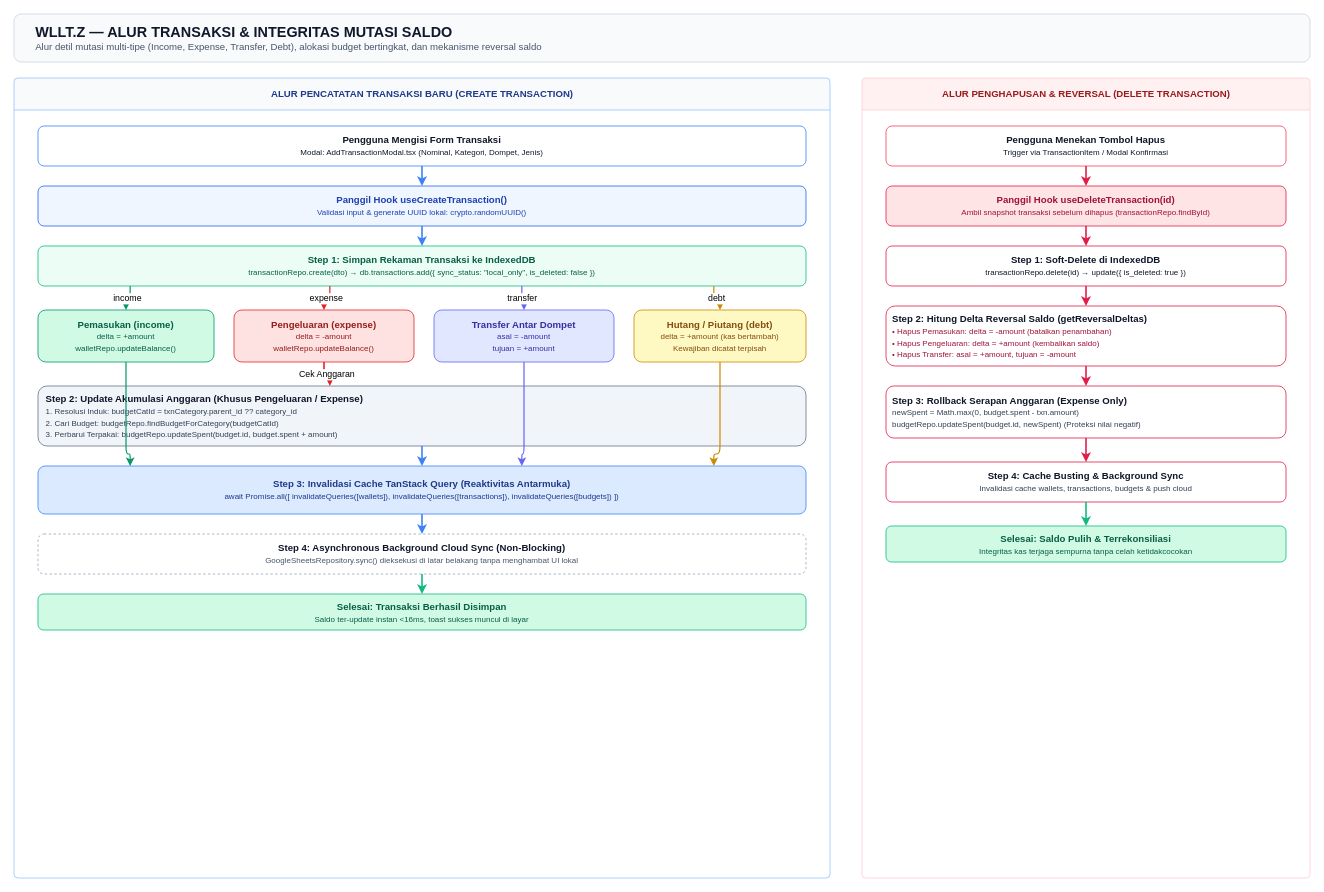
The draw.io diagram page "2. Alur Transaksi & Saldo" (2 of 4) of docs/assets/diagrams/wlltz_end_to_end_flow.drawio in Badranihakim/Wllt.z, before the edit. Source tidied: cells renumbered, new cells numbered last; positions are measured from the earlier drawing's top-left corner, leaving out a move shared by most shapes. Both pictures are drawn from the tidied source at 80%, with x=0, y=0 at pixel (14, 14).
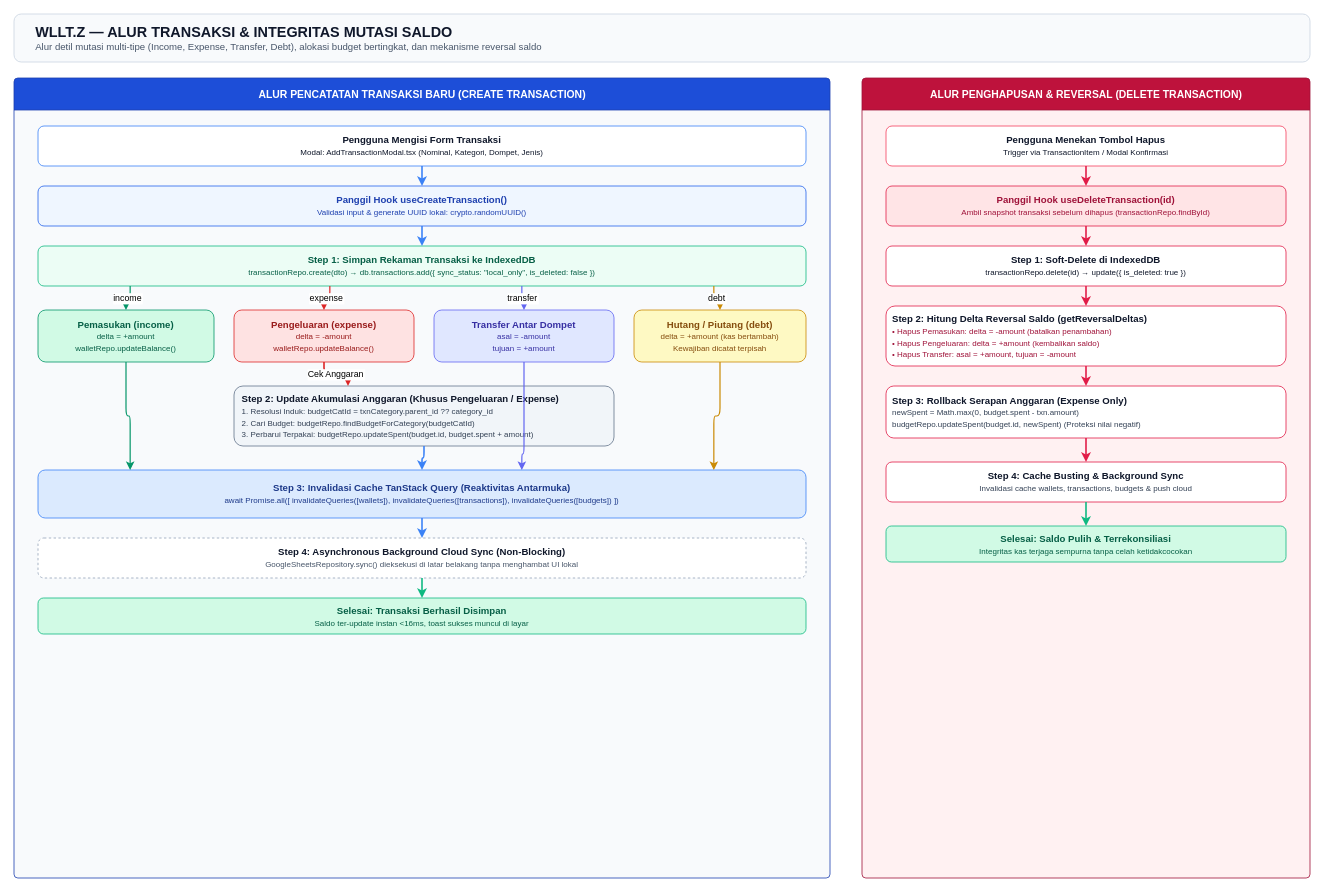
After the change.

Unchanged cells that the change refers to:
```xml
<mxCell id="4" value="&lt;b&gt;Pengguna Mengisi Form Transaksi&lt;/b&gt;&lt;br&gt;&lt;span style=&quot;font-size:10px;&quot;&gt;Modal: AddTransactionModal.tsx (Nominal, Kategori, Dompet, Jenis)&lt;/span&gt;" style="html=1;rounded=1;whiteSpace=wrap;fillColor=#FFFFFF;strokeColor=#3B82F6;fontColor=#0F172A;" parent="1" vertex="1">
  <mxGeometry x="30" y="140" width="960" height="50" as="geometry" />
</mxCell>
<mxCell id="5" value="&lt;b&gt;Panggil Hook useCreateTransaction()&lt;/b&gt;&lt;br&gt;&lt;span style=&quot;font-size:10px;&quot;&gt;Validasi input &amp;amp; generate UUID lokal: crypto.randomUUID()&lt;/span&gt;" style="html=1;rounded=1;whiteSpace=wrap;fillColor=#EFF6FF;strokeColor=#2563EB;fontColor=#1E40AF;" parent="1" vertex="1">
  <mxGeometry x="30" y="215" width="960" height="50" as="geometry" />
</mxCell>
<mxCell id="6" value="&lt;b&gt;Step 1: Simpan Rekaman Transaksi ke IndexedDB&lt;/b&gt;&lt;br&gt;&lt;span style=&quot;font-size:10px;&quot;&gt;transactionRepo.create(dto) &amp;rarr; db.transactions.add({ sync_status: &amp;quot;local_only&amp;quot;, is_deleted: false })&lt;/span&gt;" style="html=1;rounded=1;whiteSpace=wrap;fillColor=#ECFDF5;strokeColor=#10B981;fontColor=#065F46;" parent="1" vertex="1">
  <mxGeometry x="30" y="290" width="960" height="50" as="geometry" />
</mxCell>
<mxCell id="7" value="&lt;b&gt;Pemasukan (income)&lt;/b&gt;&lt;br&gt;&lt;span style=&quot;font-size:10px;color:#065F46;&quot;&gt;delta = +amount&lt;br&gt;walletRepo.updateBalance()&lt;/span&gt;" style="html=1;rounded=1;whiteSpace=wrap;fillColor=#D1FAE5;strokeColor=#059669;fontColor=#065F46;" parent="1" vertex="1">
  <mxGeometry x="30" y="370" width="220" height="65" as="geometry" />
</mxCell>
<mxCell id="8" value="&lt;b&gt;Pengeluaran (expense)&lt;/b&gt;&lt;br&gt;&lt;span style=&quot;font-size:10px;color:#991B1B;&quot;&gt;delta = -amount&lt;br&gt;walletRepo.updateBalance()&lt;/span&gt;" style="html=1;rounded=1;whiteSpace=wrap;fillColor=#FEE2E2;strokeColor=#DC2626;fontColor=#991B1B;" parent="1" vertex="1">
  <mxGeometry x="275" y="370" width="225" height="65" as="geometry" />
</mxCell>
<mxCell id="10" value="&lt;b&gt;Hutang / Piutang (debt)&lt;/b&gt;&lt;br&gt;&lt;span style=&quot;font-size:10px;color:#854D0E;&quot;&gt;delta = +amount (kas bertambah)&lt;br&gt;Kewajiban dicatat terpisah&lt;/span&gt;" style="html=1;rounded=1;whiteSpace=wrap;fillColor=#FEF9C3;strokeColor=#CA8A04;fontColor=#854D0E;" parent="1" vertex="1">
  <mxGeometry x="775" y="370" width="215" height="65" as="geometry" />
</mxCell>
```

The edit, as a diff of the source:
```diff
@@
-    <mxCell id="3" value="ALUR PENCATATAN TRANSAKSI BARU (CREATE TRANSACTION)" style="swimlane;html=1;startSize=40;fillColor=#F8FAFC;strokeColor=#93C5FD;swimlaneHeadColor=#DBEAFE;fontColor=#1E3A8A;fontStyle=1;rounded=1;arcSize=4;" parent="1" vertex="1">
+    <mxCell id="3" value="ALUR PENCATATAN TRANSAKSI BARU (CREATE TRANSACTION)" style="swimlane;html=1;startSize=40;fillColor=#1D4ED8;strokeColor=#1E40AF;swimlaneFillColor=#F8FAFC;fontColor=#FFFFFF;fontStyle=1;fontSize=13;rounded=1;arcSize=4;align=center;" parent="1" vertex="1">
       <mxGeometry y="80" width="1020" height="1000" as="geometry" />
     </mxCell>
@@
     <mxCell id="11" value="&lt;b&gt;Step 2: Update Akumulasi Anggaran (Khusus Pengeluaran / Expense)&lt;/b&gt;&lt;br&gt;&lt;span style=&quot;font-size:10px;color:#334155;&quot;&gt;1. Resolusi Induk: budgetCatId = txnCategory.parent_id ?? category_id&lt;br&gt;2. Cari Budget: budgetRepo.findBudgetForCategory(budgetCatId)&lt;br&gt;3. Perbarui Terpakai: budgetRepo.updateSpent(budget.id, budget.spent + amount)&lt;/span&gt;" style="html=1;rounded=1;whiteSpace=wrap;fillColor=#F1F5F9;strokeColor=#64748B;fontColor=#0F172A;align=left;spacing=10;" parent="1" vertex="1">
-      <mxGeometry x="30" y="465" width="960" height="75" as="geometry" />
+      <mxGeometry x="275" y="465" width="475" height="75" as="geometry" />
     </mxCell>
     <mxCell id="12" value="&lt;b&gt;Step 3: Invalidasi Cache TanStack Query (Reaktivitas Antarmuka)&lt;/b&gt;&lt;br&gt;&lt;span style=&quot;font-size:10px;color:#1E3A8A;&quot;&gt;await Promise.all([ invalidateQueries([wallets]), invalidateQueries([transactions]), invalidateQueries([budgets]) ])&lt;/span&gt;" style="html=1;rounded=1;whiteSpace=wrap;fillColor=#DBEAFE;strokeColor=#3B82F6;fontColor=#1E3A8A;" parent="1" vertex="1">
-      <mxGeometry x="30" y="565" width="960" height="60" as="geometry" />
+      <mxGeometry x="30" y="570" width="960" height="60" as="geometry" />
     </mxCell>
     <mxCell id="13" value="&lt;b&gt;Step 4: Asynchronous Background Cloud Sync (Non-Blocking)&lt;/b&gt;&lt;br&gt;&lt;span style=&quot;font-size:10px;color:#475569;&quot;&gt;GoogleSheetsRepository.sync() dieksekusi di latar belakang tanpa menghambat UI lokal&lt;/span&gt;" style="html=1;rounded=1;whiteSpace=wrap;fillColor=#FFFFFF;strokeColor=#94A3B8;fontColor=#0F172A;dashed=1;" parent="1" vertex="1">
-      <mxGeometry x="30" y="650" width="960" height="50" as="geometry" />
+      <mxGeometry x="30" y="655" width="960" height="50" as="geometry" />
     </mxCell>
     <mxCell id="14" value="&lt;b&gt;Selesai: Transaksi Berhasil Disimpan&lt;/b&gt;&lt;br&gt;&lt;span style=&quot;font-size:10px;color:#065F46;&quot;&gt;Saldo ter-update instan &amp;lt;16ms, toast sukses muncul di layar&lt;/span&gt;" style="html=1;rounded=1;whiteSpace=wrap;fillColor=#D1FAE5;strokeColor=#10B981;fontColor=#065F46;" parent="1" vertex="1">
-      <mxGeometry x="30" y="725" width="960" height="45" as="geometry" />
+      <mxGeometry x="30" y="730" width="960" height="45" as="geometry" />
     </mxCell>
-    <mxCell id="15" style="edgeStyle=orthogonalEdgeStyle;rounded=1;strokeColor=#3B82F6;strokeWidth=2;" parent="1" edge="1" source="4" target="5">
+    <mxCell id="15" style="edgeStyle=orthogonalEdgeStyle;rounded=1;strokeColor=#3B82F6;strokeWidth=2;exitX=0.5;exitY=1.0;exitDx=0;exitDy=0;entryX=0.5;entryY=0.0;entryDx=0;entryDy=0;" parent="1" edge="1" source="4" target="5">
       <mxGeometry relative="1" as="geometry" />
     </mxCell>
-    <mxCell id="16" style="edgeStyle=orthogonalEdgeStyle;rounded=1;strokeColor=#3B82F6;strokeWidth=2;" parent="1" edge="1" source="5" target="6">
+    <mxCell id="16" style="edgeStyle=orthogonalEdgeStyle;rounded=1;strokeColor=#3B82F6;strokeWidth=2;exitX=0.5;exitY=1.0;exitDx=0;exitDy=0;entryX=0.5;entryY=0.0;entryDx=0;entryDy=0;" parent="1" edge="1" source="5" target="6">
       <mxGeometry relative="1" as="geometry" />
     </mxCell>
@@
-    <mxCell id="21" value="Cek Anggaran" style="edgeStyle=orthogonalEdgeStyle;rounded=1;strokeColor=#DC2626;strokeWidth=2;exitX=0.5;exitY=1.0;exitDx=0;exitDy=0;entryX=0.38;entryY=0.0;entryDx=0;entryDy=0;" parent="1" edge="1" source="8" target="11">
+    <mxCell id="21" value="Cek Anggaran" style="edgeStyle=orthogonalEdgeStyle;rounded=1;strokeColor=#DC2626;strokeWidth=2;exitX=0.5;exitY=1.0;exitDx=0;exitDy=0;entryX=0.3;entryY=0.0;entryDx=0;entryDy=0;" parent="1" edge="1" source="8" target="11">
       <mxGeometry relative="1" as="geometry" />
     </mxCell>
@@
     <mxCell id="23" style="edgeStyle=orthogonalEdgeStyle;rounded=1;strokeColor=#059669;strokeWidth=1.5;exitX=0.5;exitY=1.0;exitDx=0;exitDy=0;entryX=0.12;entryY=0.0;entryDx=0;entryDy=0;" parent="1" edge="1" source="7" target="12">
-      <mxGeometry relative="1" as="geometry">
-        <Array as="points">
-          <mxPoint x="140" y="550" />
-        </Array>
-      </mxGeometry>
+      <mxGeometry relative="1" as="geometry" />
     </mxCell>
@@
     <mxCell id="25" style="edgeStyle=orthogonalEdgeStyle;rounded=1;strokeColor=#CA8A04;strokeWidth=1.5;exitX=0.5;exitY=1.0;exitDx=0;exitDy=0;entryX=0.88;entryY=0.0;entryDx=0;entryDy=0;" parent="1" edge="1" source="10" target="12">
-      <mxGeometry relative="1" as="geometry">
-        <Array as="points">
-          <mxPoint x="882" y="550" />
-        </Array>
-      </mxGeometry>
+      <mxGeometry relative="1" as="geometry" />
     </mxCell>
@@
-    <mxCell id="28" value="ALUR PENGHAPUSAN &amp;amp; REVERSAL (DELETE TRANSACTION)" style="swimlane;html=1;startSize=40;fillColor=#FFF1F2;strokeColor=#FECDD3;swimlaneHeadColor=#FFE4E6;fontColor=#991B1B;fontStyle=1;rounded=1;arcSize=4;" parent="1" vertex="1">
+    <mxCell id="28" value="ALUR PENGHAPUSAN &amp;amp; REVERSAL (DELETE TRANSACTION)" style="swimlane;html=1;startSize=40;fillColor=#BE123C;strokeColor=#9F1239;swimlaneFillColor=#FFF1F2;fontColor=#FFFFFF;fontStyle=1;fontSize=13;rounded=1;arcSize=4;align=center;" parent="1" vertex="1">
       <mxGeometry x="1060" y="80" width="560" height="1000" as="geometry" />
     </mxCell>
```
